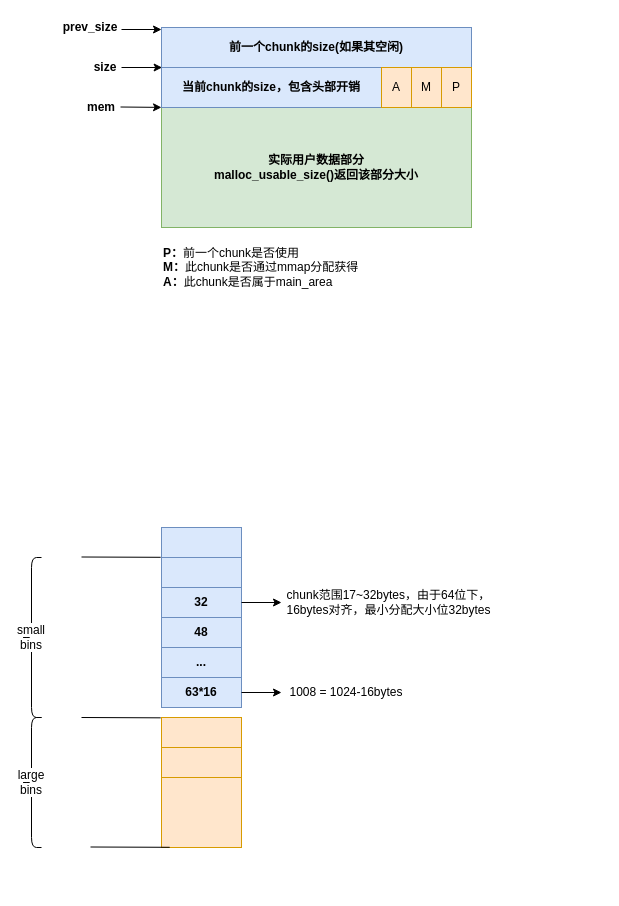
Before: ptmalloc.drawio in walkerdu/draw_io, a draw.io diagram. Source tidied: cells renumbered, new cells numbered last; positions are measured from the earlier drawing's top-left corner, leaving out a move shared by most shapes. Both pictures are drawn from the tidied source at 100%, with x=0, y=0 at pixel (21, 17).
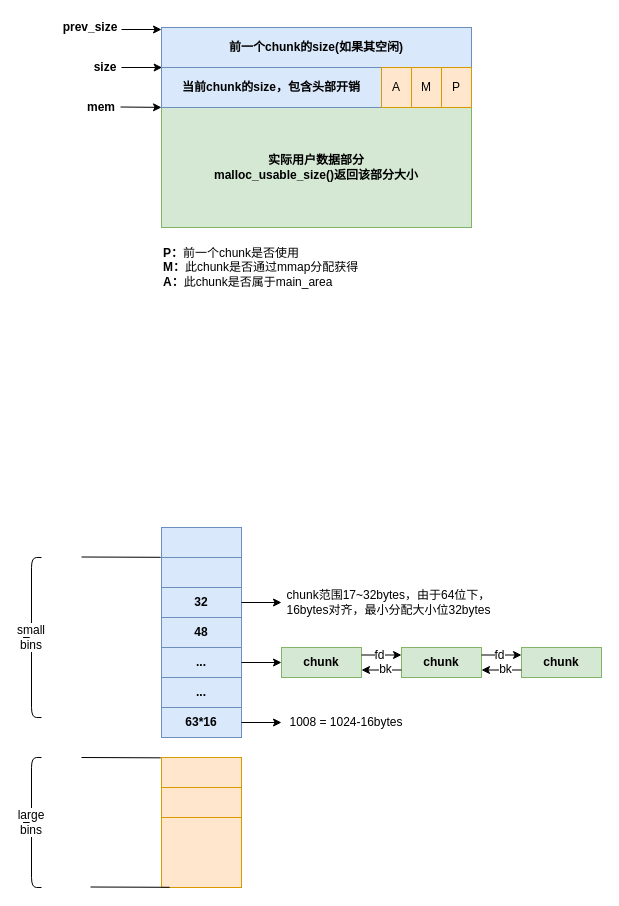
The same page after the edit.

Unchanged cells that the change refers to:
```xml
<mxCell id="29" value="..." style="rounded=0;whiteSpace=wrap;html=1;fontStyle=1;fillColor=#dae8fc;strokeColor=#6c8ebf;" parent="1" vertex="1">
  <mxGeometry x="140" y="630" width="80" height="30" as="geometry" />
</mxCell>
```

Change to the diagram source:
```diff
@@
     <mxCell id="18" style="rounded=0;whiteSpace=wrap;html=1;fontStyle=1;fillColor=#ffe6cc;strokeColor=#d79b00;" parent="1" vertex="1">
-      <mxGeometry x="140" y="700" width="80" height="30" as="geometry" />
+      <mxGeometry x="140" y="740" width="80" height="30" as="geometry" />
     </mxCell>
     <mxCell id="19" style="rounded=0;whiteSpace=wrap;html=1;fontStyle=1;fillColor=#ffe6cc;strokeColor=#d79b00;" parent="1" vertex="1">
-      <mxGeometry x="140" y="730" width="80" height="30" as="geometry" />
+      <mxGeometry x="140" y="770" width="80" height="30" as="geometry" />
     </mxCell>
     <mxCell id="20" style="endArrow=none;html=1;entryX=-0.01;entryY=0.011;entryDx=0;entryDy=0;entryPerimeter=0;" parent="1" edge="1" target="18">
       <mxGeometry relative="1" as="geometry">
-        <mxPoint x="60" y="700" as="sourcePoint" />
+        <mxPoint x="60" y="740" as="sourcePoint" />
       </mxGeometry>
     </mxCell>
@@
     <mxCell id="23" style="rounded=0;whiteSpace=wrap;html=1;fontStyle=1;fillColor=#ffe6cc;strokeColor=#d79b00;" parent="1" vertex="1">
-      <mxGeometry x="140" y="760" width="80" height="70" as="geometry" />
+      <mxGeometry x="140" y="800" width="80" height="70" as="geometry" />
     </mxCell>
     <mxCell id="24" style="endArrow=none;html=1;entryX=-0.01;entryY=0.011;entryDx=0;entryDy=0;entryPerimeter=0;" parent="1" edge="1">
       <mxGeometry relative="1" as="geometry">
-        <mxPoint x="69" y="829.5" as="sourcePoint" />
-        <mxPoint x="148.2" y="829.8" as="targetPoint" />
+        <mxPoint x="69" y="869.5" as="sourcePoint" />
+        <mxPoint x="148.2" y="869.8" as="targetPoint" />
       </mxGeometry>
     </mxCell>
     <mxCell id="25" value="&lt;span style=&quot;background-color: rgb(255 , 255 , 255)&quot;&gt;large bins&lt;/span&gt;" style="shape=curlyBracket;whiteSpace=wrap;html=1;rounded=1;" parent="1" vertex="1">
-      <mxGeometry y="700" width="20" height="130" as="geometry" />
+      <mxGeometry y="740" width="20" height="130" as="geometry" />
     </mxCell>
@@
     <mxCell id="30" value="63*16" style="rounded=0;whiteSpace=wrap;html=1;fontStyle=1;fillColor=#dae8fc;strokeColor=#6c8ebf;" parent="1" vertex="1">
-      <mxGeometry x="140" y="660" width="80" height="30" as="geometry" />
+      <mxGeometry x="140" y="690" width="80" height="30" as="geometry" />
     </mxCell>
-    <mxCell id="31" style="endArrow=classic;html=1;exitX=1;exitY=0.5;exitDx=0;exitDy=0;" parent="1" edge="1" source="30">
-      <mxGeometry relative="1" as="geometry">
-        <mxPoint x="260" y="675" as="targetPoint" />
-      </mxGeometry>
+    <mxCell id="31" style="endArrow=classic;html=1;exitX=1;exitY=0.5;exitDx=0;exitDy=0;entryX=0;entryY=0.5;entryDx=0;entryDy=0;" parent="1" edge="1" source="30" target="32">
+      <mxGeometry relative="1" as="geometry" />
     </mxCell>
     <mxCell id="32" value="1008 = 1024-16bytes" style="text;html=1;strokeColor=none;fillColor=none;align=center;verticalAlign=middle;whiteSpace=wrap;rounded=0;" parent="1" vertex="1">
-      <mxGeometry x="260" y="665" width="130" height="20" as="geometry" />
+      <mxGeometry x="260" y="695" width="130" height="20" as="geometry" />
     </mxCell>
+    <mxCell id="33" value="..." style="rounded=0;whiteSpace=wrap;html=1;fontStyle=1;fillColor=#dae8fc;strokeColor=#6c8ebf;" parent="1" vertex="1">
+      <mxGeometry x="140" y="660" width="80" height="30" as="geometry" />
+    </mxCell>
+    <mxCell id="34" style="endArrow=classic;html=1;exitX=1;exitY=0.5;exitDx=0;exitDy=0;entryX=0;entryY=0.5;entryDx=0;entryDy=0;" parent="1" edge="1" source="29" target="35">
+      <mxGeometry relative="1" as="geometry" />
+    </mxCell>
+    <mxCell id="35" value="chunk" style="rounded=0;whiteSpace=wrap;html=1;fontStyle=1;fillColor=#d5e8d4;strokeColor=#82b366;" parent="1" vertex="1">
+      <mxGeometry x="260" y="630" width="80" height="30" as="geometry" />
+    </mxCell>
+    <mxCell id="36" value="chunk" style="rounded=0;whiteSpace=wrap;html=1;fontStyle=1;fillColor=#d5e8d4;strokeColor=#82b366;" parent="1" vertex="1">
+      <mxGeometry x="380" y="630" width="80" height="30" as="geometry" />
+    </mxCell>
+    <mxCell id="37" style="endArrow=classic;html=1;exitX=1;exitY=0.25;exitDx=0;exitDy=0;entryX=0;entryY=0.25;entryDx=0;entryDy=0;" parent="1" edge="1" source="35" target="36">
+      <mxGeometry relative="1" as="geometry" />
+    </mxCell>
+    <mxCell id="38" value="fd" style="text;html=1;align=center;verticalAlign=middle;labelBackgroundColor=#ffffff;" parent="37" vertex="1">
+      <mxGeometry x="-0.15" y="1" relative="1" as="geometry">
+        <mxPoint y="1" as="offset" />
+      </mxGeometry>
+    </mxCell>
+    <mxCell id="39" style="endArrow=classic;html=1;entryX=1;entryY=0.75;entryDx=0;entryDy=0;exitX=0;exitY=0.75;exitDx=0;exitDy=0;" parent="1" edge="1" source="36" target="35">
+      <mxGeometry relative="1" as="geometry" />
+    </mxCell>
+    <mxCell id="40" value="bk" style="text;html=1;align=center;verticalAlign=middle;labelBackgroundColor=#ffffff;" parent="39" vertex="1">
+      <mxGeometry x="-0.15" y="-1" relative="1" as="geometry" />
+    </mxCell>
+    <mxCell id="41" value="chunk" style="rounded=0;whiteSpace=wrap;html=1;fontStyle=1;fillColor=#d5e8d4;strokeColor=#82b366;" parent="1" vertex="1">
+      <mxGeometry x="500" y="630" width="80" height="30" as="geometry" />
+    </mxCell>
+    <mxCell id="42" style="endArrow=classic;html=1;entryX=0;entryY=0.25;entryDx=0;entryDy=0;exitX=1;exitY=0.25;exitDx=0;exitDy=0;" parent="1" edge="1" source="36" target="41">
+      <mxGeometry relative="1" as="geometry" />
+    </mxCell>
+    <mxCell id="43" value="fd" style="text;html=1;align=center;verticalAlign=middle;labelBackgroundColor=#ffffff;" parent="42" vertex="1">
+      <mxGeometry x="-0.15" y="1" relative="1" as="geometry">
+        <mxPoint y="1" as="offset" />
+      </mxGeometry>
+    </mxCell>
+    <mxCell id="44" style="endArrow=classic;html=1;entryX=1;entryY=0.75;entryDx=0;entryDy=0;exitX=0;exitY=0.75;exitDx=0;exitDy=0;" parent="1" edge="1" source="41" target="36">
+      <mxGeometry relative="1" as="geometry" />
+    </mxCell>
+    <mxCell id="45" value="bk" style="text;html=1;align=center;verticalAlign=middle;labelBackgroundColor=#ffffff;" parent="44" vertex="1">
+      <mxGeometry x="-0.15" y="-1" relative="1" as="geometry" />
+    </mxCell>
```
